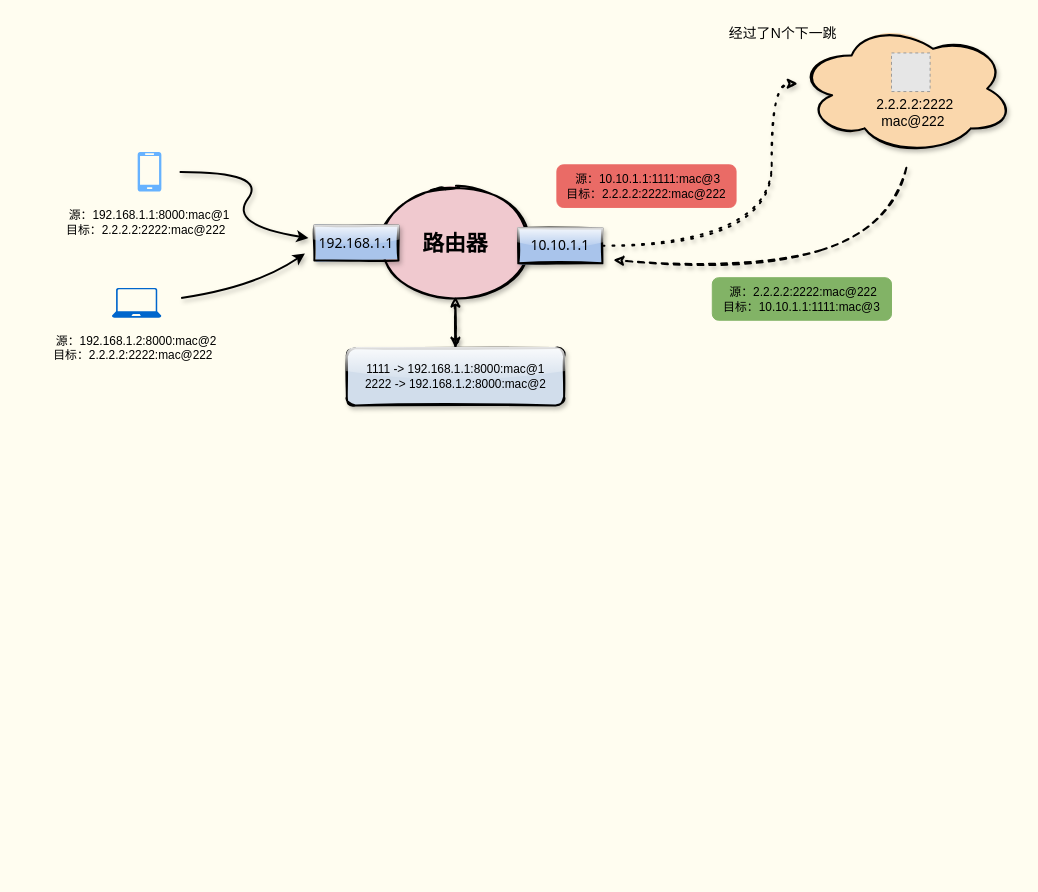
This is pictures/负载均衡/lvs_snat.drawio from boxtsecond/draw, a draw.io file, before an edit. Source tidied: cells renumbered, new cells numbered last; positions are measured from the earlier drawing's top-left corner, leaving out a move shared by most shapes. Both pictures are drawn from the tidied source at 99%, with x=0, y=0 at pixel (47, 22). Pictures stored in the file or linked from it are replaced by grey dashed boxes.
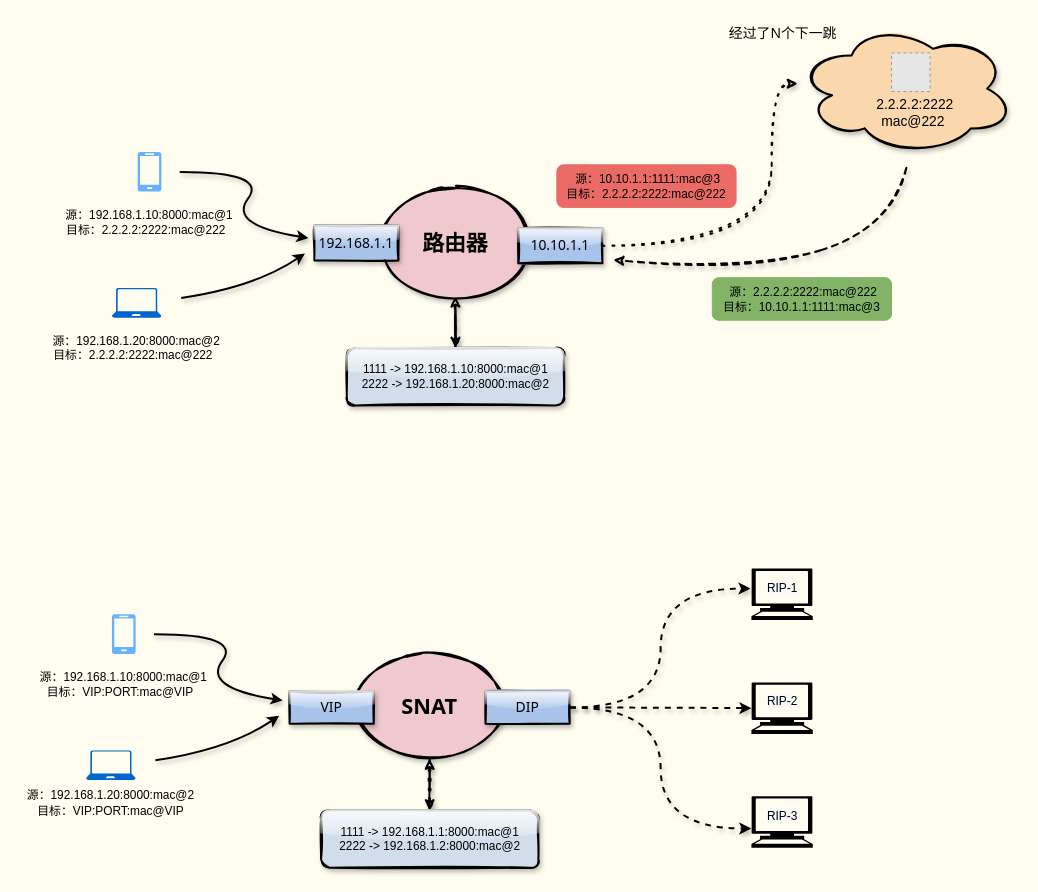
The same page after the edit.

The edit, as a diff of the source:
```diff
@@
-    <mxCell id="7" value="&lt;div style=&quot;font-family: &amp;#34;helvetica&amp;#34; ; font-size: 12px&quot;&gt;源：192.168.1.2:8000:mac@2&lt;/div&gt;&lt;div style=&quot;font-family: &amp;#34;helvetica&amp;#34; ; font-size: 12px&quot;&gt;目标：2.2.2.2:2222:mac@222&amp;nbsp;&amp;nbsp;&lt;/div&gt;" style="text;html=1;strokeColor=none;fillColor=none;align=center;verticalAlign=middle;whiteSpace=wrap;rounded=0;shadow=1;glass=1;sketch=1;fontFamily=Tahoma;fontSize=14;" parent="1" vertex="1">
+    <mxCell id="7" value="&lt;div style=&quot;font-family: &amp;#34;helvetica&amp;#34; ; font-size: 12px&quot;&gt;源：192.168.1.20:8000:mac@2&lt;/div&gt;&lt;div style=&quot;font-family: &amp;#34;helvetica&amp;#34; ; font-size: 12px&quot;&gt;目标：2.2.2.2:2222:mac@222&amp;nbsp;&amp;nbsp;&lt;/div&gt;" style="text;html=1;strokeColor=none;fillColor=none;align=center;verticalAlign=middle;whiteSpace=wrap;rounded=0;shadow=1;glass=1;sketch=1;fontFamily=Tahoma;fontSize=14;" parent="1" vertex="1">
       <mxGeometry y="319" width="181" height="20" as="geometry" />
     </mxCell>
@@
-    <mxCell id="15" value="&lt;div style=&quot;font-family: &amp;#34;helvetica&amp;#34; ; font-size: 12px&quot;&gt;&lt;div&gt;源：192.168.1.1:8000:mac@1&lt;/div&gt;&lt;div&gt;目标：2.2.2.2:2222:mac@222&amp;nbsp;&amp;nbsp;&lt;/div&gt;&lt;/div&gt;" style="text;html=1;strokeColor=none;fillColor=none;align=center;verticalAlign=middle;whiteSpace=wrap;rounded=0;shadow=1;glass=1;sketch=1;fontFamily=Tahoma;fontSize=14;" parent="1" vertex="1">
+    <mxCell id="15" value="&lt;div style=&quot;font-family: &amp;#34;helvetica&amp;#34; ; font-size: 12px&quot;&gt;&lt;div&gt;源：192.168.1.10:8000:mac@1&lt;/div&gt;&lt;div&gt;目标：2.2.2.2:2222:mac@222&amp;nbsp;&amp;nbsp;&lt;/div&gt;&lt;/div&gt;" style="text;html=1;strokeColor=none;fillColor=none;align=center;verticalAlign=middle;whiteSpace=wrap;rounded=0;shadow=1;glass=1;sketch=1;fontFamily=Tahoma;fontSize=14;" parent="1" vertex="1">
       <mxGeometry x="13" y="192" width="181" height="20" as="geometry" />
     </mxCell>
@@
-    <mxCell id="19" value="&lt;div style=&quot;font-family: &amp;#34;helvetica&amp;#34; ; font-size: 12px&quot;&gt;1111 -&amp;gt; 192.168.1.1:8000:mac@1&lt;/div&gt;&lt;div style=&quot;font-family: &amp;#34;helvetica&amp;#34; ; font-size: 12px&quot;&gt;2222 -&amp;gt; 192.168.1.2:8000:mac@2&lt;br&gt;&lt;/div&gt;" style="whiteSpace=wrap;html=1;shadow=1;fontFamily=Tahoma;fontSize=14;strokeWidth=2;glass=1;sketch=1;fillStyle=solid;rounded=1;fillColor=#D1DDEB;" parent="1" vertex="1">
+    <mxCell id="19" value="&lt;div style=&quot;font-family: &amp;#34;helvetica&amp;#34; ; font-size: 12px&quot;&gt;1111 -&amp;gt; 192.168.1.10:8000:mac@1&lt;/div&gt;&lt;div style=&quot;font-family: &amp;#34;helvetica&amp;#34; ; font-size: 12px&quot;&gt;2222 -&amp;gt; 192.168.1.20:8000:mac@2&lt;br&gt;&lt;/div&gt;" style="whiteSpace=wrap;html=1;shadow=1;fontFamily=Tahoma;fontSize=14;strokeWidth=2;glass=1;sketch=1;fillStyle=solid;rounded=1;fillColor=#D1DDEB;" parent="1" vertex="1">
       <mxGeometry x="302.8" y="329" width="219.5" height="58" as="geometry" />
     </mxCell>
@@
+    <mxCell id="23" style="shadow=0;dashed=0;html=1;strokeColor=none;labelPosition=center;verticalLabelPosition=bottom;verticalAlign=top;align=center;fillColor=#66B2FF;shape=mxgraph.azure.mobile;" parent="1" vertex="1">
+      <mxGeometry x="65.5" y="598" width="24" height="40" as="geometry" />
+    </mxCell>
+    <mxCell id="24" style="shadow=0;dashed=0;html=1;strokeColor=none;labelPosition=center;verticalLabelPosition=bottom;verticalAlign=top;align=center;fillColor=#0066CC;shape=mxgraph.azure.laptop;" parent="1" vertex="1">
+      <mxGeometry x="39.5" y="735.5" width="50" height="30" as="geometry" />
+    </mxCell>
+    <mxCell id="25" style="edgeStyle=orthogonalEdgeStyle;rounded=0;orthogonalLoop=1;jettySize=auto;html=1;exitX=0.5;exitY=1;exitDx=0;exitDy=0;exitPerimeter=0;" parent="1" edge="1" source="24" target="24">
+      <mxGeometry relative="1" as="geometry" />
+    </mxCell>
+    <mxCell id="26" style="curved=1;endArrow=classic;html=1;shadow=1;strokeWidth=2;" parent="1" edge="1">
+      <mxGeometry relative="1" as="geometry">
+        <mxPoint x="108" y="618.2" as="sourcePoint" />
+        <mxPoint x="238" y="685" as="targetPoint" />
+        <Array as="points">
+          <mxPoint x="197" y="618" />
+          <mxPoint x="157" y="672.2" />
+        </Array>
+      </mxGeometry>
+    </mxCell>
+    <mxCell id="27" style="curved=1;endArrow=classic;html=1;shadow=1;strokeWidth=2;" parent="1" edge="1">
+      <mxGeometry relative="1" as="geometry">
+        <mxPoint x="109.5" y="745.5" as="sourcePoint" />
+        <mxPoint x="234.5" y="700.5" as="targetPoint" />
+        <Array as="points">
+          <mxPoint x="184.5" y="734.5" />
+        </Array>
+      </mxGeometry>
+    </mxCell>
+    <mxCell id="28" value="&lt;div style=&quot;font-family: &amp;#34;helvetica&amp;#34; ; font-size: 12px&quot;&gt;源：192.168.1.20:8000:mac@2&lt;/div&gt;&lt;span style=&quot;font-family: &amp;#34;helvetica&amp;#34; ; font-size: 12px&quot;&gt;目标：VIP:PORT:mac@VIP&lt;/span&gt;&lt;div style=&quot;font-family: &amp;#34;helvetica&amp;#34; ; font-size: 12px&quot;&gt;&amp;nbsp;&lt;/div&gt;" style="text;html=1;strokeColor=none;fillColor=none;align=center;verticalAlign=middle;whiteSpace=wrap;rounded=0;shadow=1;glass=1;sketch=1;fontFamily=Tahoma;fontSize=14;" parent="1" vertex="1">
+      <mxGeometry x="-26" y="786" width="181" height="20" as="geometry" />
+    </mxCell>
+    <mxCell id="29" style="edgeStyle=orthogonalEdgeStyle;curved=1;sketch=1;jettySize=auto;html=1;shadow=1;dashed=1;dashPattern=1 4;strokeWidth=2;fontFamily=Tahoma;fontSize=14;" parent="1" edge="1" source="30" target="38">
+      <mxGeometry relative="1" as="geometry" />
+    </mxCell>
+    <mxCell id="30" value="&lt;b&gt;&lt;font style=&quot;font-size: 22px&quot;&gt;SNAT&lt;/font&gt;&lt;/b&gt;" style="ellipse;whiteSpace=wrap;html=1;shadow=1;glass=1;sketch=1;strokeWidth=2;fontFamily=Tahoma;fontSize=14;fillStyle=solid;fillColor=#f0c9cf;" parent="1" vertex="1">
+      <mxGeometry x="308" y="636" width="157" height="108" as="geometry" />
+    </mxCell>
+    <mxCell id="31" value="VIP" style="rounded=0;whiteSpace=wrap;html=1;shadow=1;glass=1;sketch=1;strokeColor=#000000;strokeWidth=2;fontFamily=Tahoma;fontSize=14;fillStyle=solid;fillColor=#A9C4EB;" parent="1" vertex="1">
+      <mxGeometry x="245" y="675.8" width="85" height="32.8" as="geometry" />
+    </mxCell>
+    <mxCell id="32" style="edgeStyle=orthogonalEdgeStyle;sketch=0;jettySize=auto;html=1;exitX=1;exitY=0.5;exitDx=0;exitDy=0;entryX=-0.016;entryY=0.388;entryDx=0;entryDy=0;entryPerimeter=0;shadow=1;strokeWidth=2;curved=1;dashed=1;" parent="1" edge="1" source="35" target="39">
+      <mxGeometry relative="1" as="geometry" />
+    </mxCell>
+    <mxCell id="33" style="edgeStyle=orthogonalEdgeStyle;curved=1;sketch=0;jettySize=auto;html=1;exitX=1;exitY=0.5;exitDx=0;exitDy=0;entryX=-0.003;entryY=0.627;entryDx=0;entryDy=0;entryPerimeter=0;shadow=1;strokeWidth=2;dashed=1;" parent="1" edge="1" source="35" target="41">
+      <mxGeometry relative="1" as="geometry" />
+    </mxCell>
+    <mxCell id="34" style="edgeStyle=orthogonalEdgeStyle;curved=1;sketch=0;jettySize=auto;html=1;exitX=1;exitY=0.5;exitDx=0;exitDy=0;entryX=0;entryY=0.5;entryDx=0;entryDy=0;entryPerimeter=0;shadow=1;strokeWidth=2;dashed=1;" parent="1" edge="1" source="35" target="40">
+      <mxGeometry relative="1" as="geometry" />
+    </mxCell>
+    <mxCell id="35" value="DIP" style="rounded=0;whiteSpace=wrap;html=1;shadow=1;glass=1;sketch=1;strokeColor=#000000;strokeWidth=2;fontFamily=Tahoma;fontSize=14;fillStyle=solid;fillColor=#A9C4EB;" parent="1" vertex="1">
+      <mxGeometry x="443" y="675.8" width="85" height="32.8" as="geometry" />
+    </mxCell>
+    <mxCell id="36" value="&lt;div style=&quot;font-family: &amp;#34;helvetica&amp;#34; ; font-size: 12px&quot;&gt;&lt;div&gt;源：192.168.1.10:8000:mac@1&lt;/div&gt;&lt;div&gt;目标：VIP:PORT:mac@VIP&amp;nbsp;&amp;nbsp;&lt;/div&gt;&lt;/div&gt;" style="text;html=1;strokeColor=none;fillColor=none;align=center;verticalAlign=middle;whiteSpace=wrap;rounded=0;shadow=1;glass=1;sketch=1;fontFamily=Tahoma;fontSize=14;" parent="1" vertex="1">
+      <mxGeometry x="-13" y="659" width="181" height="20" as="geometry" />
+    </mxCell>
+    <mxCell id="37" style="sketch=1;jettySize=auto;html=1;shadow=1;strokeWidth=2;fontFamily=Tahoma;fontSize=14;" parent="1" edge="1" source="38" target="30">
+      <mxGeometry relative="1" as="geometry" />
+    </mxCell>
+    <mxCell id="38" value="&lt;div style=&quot;font-family: &amp;#34;helvetica&amp;#34; ; font-size: 12px&quot;&gt;1111 -&amp;gt; 192.168.1.1:8000:mac@1&lt;/div&gt;&lt;div style=&quot;font-family: &amp;#34;helvetica&amp;#34; ; font-size: 12px&quot;&gt;2222 -&amp;gt; 192.168.1.2:8000:mac@2&lt;br&gt;&lt;/div&gt;" style="whiteSpace=wrap;html=1;shadow=1;fontFamily=Tahoma;fontSize=14;strokeWidth=2;glass=1;sketch=1;fillStyle=solid;rounded=1;fillColor=#D1DDEB;" parent="1" vertex="1">
+      <mxGeometry x="276.8" y="796" width="219.5" height="58" as="geometry" />
+    </mxCell>
+    <mxCell id="39" style="shape=mxgraph.signs.tech.computer;html=1;fillColor=#000000;strokeColor=none;verticalLabelPosition=bottom;verticalAlign=top;align=center;" parent="1" vertex="1">
+      <mxGeometry x="711.5" y="551.8" width="62" height="52" as="geometry" />
+    </mxCell>
+    <mxCell id="40" style="shape=mxgraph.signs.tech.computer;html=1;fillColor=#000000;strokeColor=none;verticalLabelPosition=bottom;verticalAlign=top;align=center;" parent="1" vertex="1">
+      <mxGeometry x="711.5" y="666.8" width="62" height="52" as="geometry" />
+    </mxCell>
+    <mxCell id="41" style="shape=mxgraph.signs.tech.computer;html=1;fillColor=#000000;strokeColor=none;verticalLabelPosition=bottom;verticalAlign=top;align=center;" parent="1" vertex="1">
+      <mxGeometry x="711.5" y="781.8" width="62" height="52" as="geometry" />
+    </mxCell>
+    <mxCell id="42" value="&lt;span style=&quot;color: rgb(0, 0, 0); font-family: helvetica; font-size: 12px; font-style: normal; font-weight: 400; letter-spacing: normal; text-align: center; text-indent: 0px; text-transform: none; word-spacing: 0px; background-color: rgb(248, 249, 250); display: inline; float: none;&quot;&gt;RIP-1&lt;/span&gt;" style="text;html=1;strokeColor=none;fillColor=none;align=center;verticalAlign=middle;whiteSpace=wrap;rounded=0;" parent="1" vertex="1">
+      <mxGeometry x="722.5" y="561.8" width="40" height="20" as="geometry" />
+    </mxCell>
+    <mxCell id="43" value="&lt;span style=&quot;color: rgb(0 , 0 , 0) ; font-family: &amp;#34;helvetica&amp;#34; ; font-size: 12px ; font-style: normal ; font-weight: 400 ; letter-spacing: normal ; text-align: center ; text-indent: 0px ; text-transform: none ; word-spacing: 0px ; background-color: rgb(248 , 249 , 250) ; display: inline ; float: none&quot;&gt;RIP-2&lt;/span&gt;" style="text;html=1;strokeColor=none;fillColor=none;align=center;verticalAlign=middle;whiteSpace=wrap;rounded=0;" parent="1" vertex="1">
+      <mxGeometry x="722.5" y="675.8" width="40" height="20" as="geometry" />
+    </mxCell>
+    <mxCell id="44" value="&lt;span style=&quot;color: rgb(0 , 0 , 0) ; font-family: &amp;#34;helvetica&amp;#34; ; font-size: 12px ; font-style: normal ; font-weight: 400 ; letter-spacing: normal ; text-align: center ; text-indent: 0px ; text-transform: none ; word-spacing: 0px ; background-color: rgb(248 , 249 , 250) ; display: inline ; float: none&quot;&gt;RIP-3&lt;/span&gt;" style="text;html=1;strokeColor=none;fillColor=none;align=center;verticalAlign=middle;whiteSpace=wrap;rounded=0;" parent="1" vertex="1">
+      <mxGeometry x="722.5" y="791.8" width="40" height="20" as="geometry" />
+    </mxCell>
```
